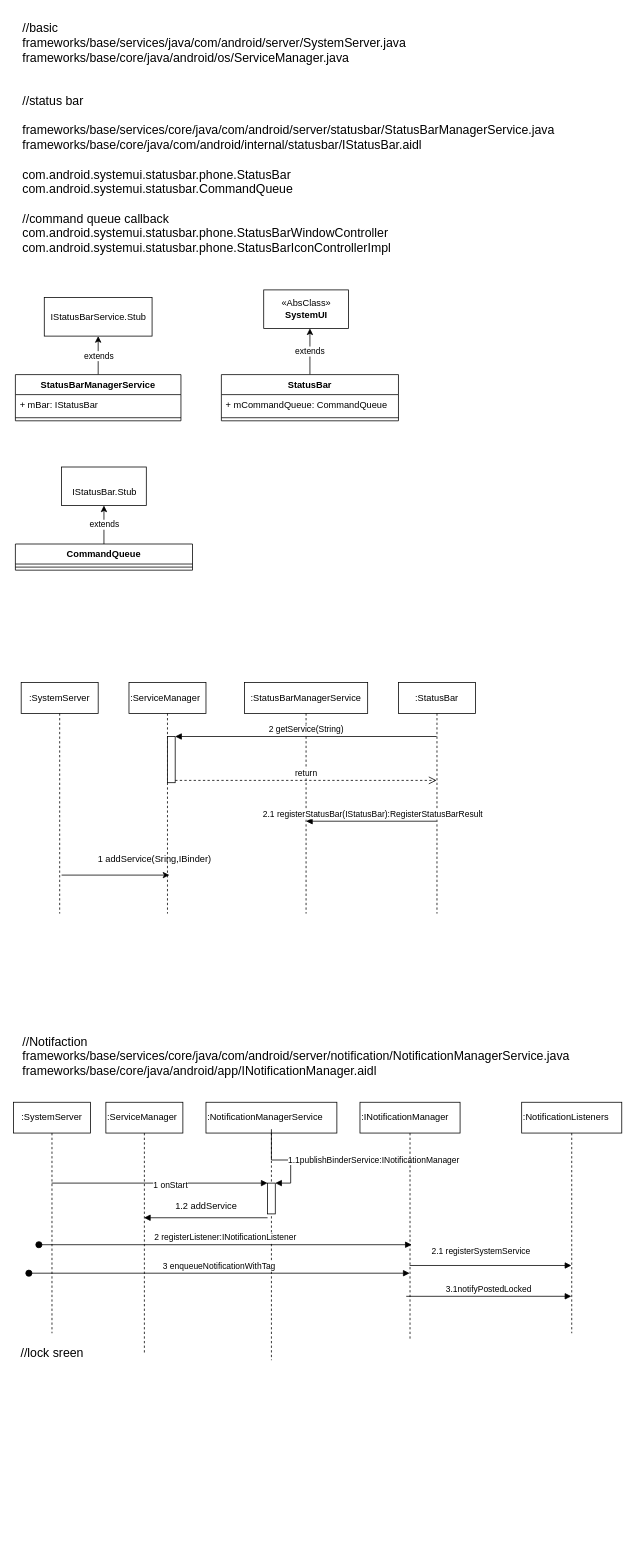
Before: page "SystemUI" (2 of 11) of AF review.drawio in LBACK1912/chart, a draw.io diagram. Source tidied: cells renumbered, new cells numbered last; positions are measured from the earlier drawing's top-left corner, leaving out a move shared by most shapes. Both pictures are drawn from the tidied source at 77%, with x=0, y=0 at pixel (13, 24).
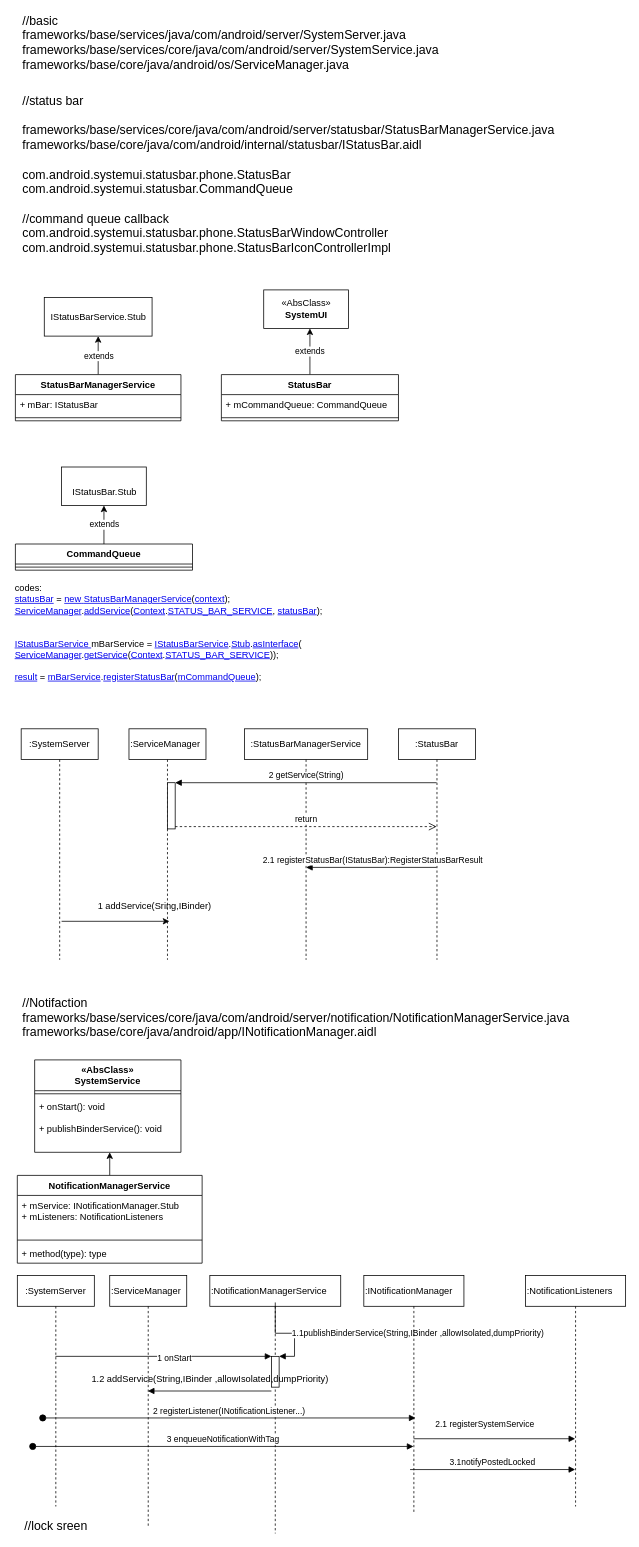
The same diagram, later.

The change refers to these unchanged cells:
```xml
<mxCell id="11" style="html=1;points=[];perimeter=orthogonalPerimeter;align=left;" parent="10" vertex="1">
  <mxGeometry x="80" y="105" width="10" height="40" as="geometry" />
</mxCell>
```

Change to the diagram source:
```diff
@@
     <mxCell id="3" value=":StatusBarManagerService" style="shape=umlLifeline;perimeter=lifelinePerimeter;whiteSpace=wrap;html=1;outlineConnect=0;" parent="1" vertex="1">
-      <mxGeometry x="300" y="855" width="160" height="300" as="geometry" />
+      <mxGeometry x="300" y="915" width="160" height="300" as="geometry" />
     </mxCell>
     <mxCell id="4" style="edgeStyle=orthogonalEdgeStyle;rounded=0;orthogonalLoop=1;jettySize=auto;html=1;" parent="1" edge="1">
       <mxGeometry relative="1" as="geometry">
-        <mxPoint x="62.5" y="1105" as="sourcePoint" />
-        <mxPoint x="202.5" y="1105" as="targetPoint" />
+        <mxPoint x="62.5" y="1165" as="sourcePoint" />
+        <mxPoint x="202.5" y="1165" as="targetPoint" />
       </mxGeometry>
     </mxCell>
     <mxCell id="5" value=":SystemServer" style="shape=umlLifeline;perimeter=lifelinePerimeter;whiteSpace=wrap;html=1;" parent="1" vertex="1">
-      <mxGeometry x="10" y="855" width="100" height="300" as="geometry" />
+      <mxGeometry x="10" y="915" width="100" height="300" as="geometry" />
     </mxCell>
     <mxCell id="6" value=":StatusBar" style="shape=umlLifeline;perimeter=lifelinePerimeter;whiteSpace=wrap;html=1;outlineConnect=0;" parent="1" vertex="1">
-      <mxGeometry x="500" y="855" width="100" height="300" as="geometry" />
+      <mxGeometry x="500" y="915" width="100" height="300" as="geometry" />
     </mxCell>
     <mxCell id="7" value="&amp;nbsp;2.1 registerStatusBar(IStatusBar):&lt;span class=&quot;cm-type&quot;&gt;RegisterStatusBarResult&lt;/span&gt;" style="html=1;verticalAlign=bottom;endArrow=block;" parent="1" edge="1" source="6" target="3">
       <mxGeometry relative="1" as="geometry">
         <Array as="points">
-          <mxPoint x="380" y="1035" />
+          <mxPoint x="380" y="1095" />
         </Array>
       </mxGeometry>
     </mxCell>
-    <mxCell id="8" value="&lt;div&gt;&lt;font style=&quot;font-size: 16px&quot;&gt;//basic&lt;br&gt;&lt;/font&gt;&lt;/div&gt;&lt;div&gt;&lt;font style=&quot;font-size: 16px&quot;&gt;frameworks/base/services/java/com/android/server/SystemServer.java&lt;br&gt;&lt;/font&gt;&lt;/div&gt;&lt;font style=&quot;font-size: 16px&quot;&gt;frameworks/base/core/java/android/os/ServiceManager.java&lt;/font&gt;&lt;div&gt;&lt;div&gt;&lt;font style=&quot;font-size: 16px&quot;&gt;&lt;br&gt;&lt;/font&gt;&lt;/div&gt;&lt;br&gt;&lt;font style=&quot;font-size: 16px&quot;&gt;&lt;/font&gt;&lt;/div&gt;&lt;div&gt;&lt;br&gt;&lt;/div&gt;&lt;div&gt;&lt;br&gt;&lt;/div&gt;" style="text;html=1;align=left;verticalAlign=middle;" parent="1" vertex="1">
-      <mxGeometry x="10" width="510" height="110" as="geometry" />
+    <mxCell id="8" value="&lt;div&gt;&lt;font style=&quot;font-size: 16px&quot;&gt;//basic&lt;br&gt;&lt;/font&gt;&lt;/div&gt;&lt;div&gt;&lt;font style=&quot;font-size: 16px&quot;&gt;frameworks/base/services/java/com/android/server/SystemServer.java&lt;br&gt;&lt;/font&gt;&lt;/div&gt;&lt;div&gt;&lt;font style=&quot;font-size: 16px&quot;&gt;frameworks/base/services/core/java/com/android/server/SystemService.java&lt;/font&gt;&lt;/div&gt;&lt;div&gt;&lt;font style=&quot;font-size: 16px&quot;&gt;&lt;font style=&quot;font-size: 16px&quot;&gt;frameworks/base/core/java/android/os/ServiceManager.java&lt;/font&gt;&lt;/font&gt;&lt;/div&gt;&lt;div&gt;&lt;div&gt;&lt;font style=&quot;font-size: 16px&quot;&gt;&lt;br&gt;&lt;/font&gt;&lt;/div&gt;&lt;br&gt;&lt;font style=&quot;font-size: 16px&quot;&gt;&lt;/font&gt;&lt;/div&gt;&lt;div&gt;&lt;br&gt;&lt;/div&gt;&lt;div&gt;&lt;br&gt;&lt;/div&gt;" style="text;html=1;align=left;verticalAlign=middle;" parent="1" vertex="1">
+      <mxGeometry x="10" y="-10" width="560" height="130" as="geometry" />
     </mxCell>
     <mxCell id="9" value="&lt;div style=&quot;font-size: 16px&quot; align=&quot;left&quot;&gt;&lt;font style=&quot;font-size: 16px&quot;&gt;//Notifaction&lt;/font&gt;&lt;/div&gt;&lt;div style=&quot;font-size: 16px&quot; align=&quot;left&quot;&gt;&lt;font style=&quot;font-size: 16px&quot;&gt;frameworks/base/services/core/java/com/android/server/notification/NotificationManagerService.java&lt;/font&gt;&lt;/div&gt;&lt;div style=&quot;font-size: 16px&quot; align=&quot;left&quot;&gt;&lt;font style=&quot;font-size: 16px&quot;&gt;frameworks/base/core/java/android/app/INotificationManager.aidl&lt;br&gt;&lt;/font&gt;&lt;/div&gt;" style="text;html=1;align=left;verticalAlign=middle;" parent="1" vertex="1">
-      <mxGeometry x="10" y="1315" width="780" height="50" as="geometry" />
+      <mxGeometry x="10" y="1265" width="780" height="50" as="geometry" />
     </mxCell>
     <mxCell id="10" value=":NotificationManagerService" style="shape=umlLifeline;perimeter=lifelinePerimeter;whiteSpace=wrap;html=1;align=left;" parent="1" vertex="1">
-      <mxGeometry x="250" y="1400" width="170" height="335" as="geometry" />
+      <mxGeometry x="255" y="1625" width="170" height="335" as="geometry" />
     </mxCell>
@@
-    <mxCell id="12" value="1.1publishBinderService:INotificationManager" style="edgeStyle=orthogonalEdgeStyle;html=1;align=left;spacingLeft=2;endArrow=block;rounded=0;entryX=1;entryY=0;" parent="10" edge="1" target="11">
+    <mxCell id="12" value="1.1publishBinderService(String,&lt;span class=&quot;cm-type&quot;&gt;IBinder&lt;/span&gt; &lt;span class=&quot;cm-def&quot;&gt;,&lt;/span&gt;&lt;span class=&quot;cm-def&quot;&gt;allowIsolated,&lt;/span&gt;&lt;span class=&quot;cm-def&quot;&gt;dumpPriority&lt;/span&gt;)" style="edgeStyle=orthogonalEdgeStyle;html=1;align=left;spacingLeft=2;endArrow=block;rounded=0;entryX=1;entryY=0;" parent="10" edge="1" target="11">
       <mxGeometry relative="1" as="geometry">
         <mxPoint x="85" y="35" as="sourcePoint" />
         <Array as="points">
           <mxPoint x="85" y="75" />
           <mxPoint x="110" y="75" />
           <mxPoint x="110" y="105" />
         </Array>
       </mxGeometry>
     </mxCell>
     <mxCell id="13" value=":INotificationManager" style="shape=umlLifeline;perimeter=lifelinePerimeter;whiteSpace=wrap;html=1;outlineConnect=0;align=left;" parent="1" vertex="1">
-      <mxGeometry x="450" y="1400" width="130" height="310" as="geometry" />
+      <mxGeometry x="455" y="1625" width="130" height="310" as="geometry" />
     </mxCell>
     <mxCell id="14" value=":NotificationListeners" style="shape=umlLifeline;perimeter=lifelinePerimeter;whiteSpace=wrap;html=1;align=left;" parent="1" vertex="1">
-      <mxGeometry x="660" y="1400" width="130" height="300" as="geometry" />
+      <mxGeometry x="665" y="1625" width="130" height="300" as="geometry" />
     </mxCell>
     <mxCell id="15" value="2.1 registerSystemService" style="html=1;verticalAlign=bottom;endArrow=block;" parent="1" edge="1">
       <mxGeometry x="-0.12" y="10" relative="1" as="geometry">
-        <mxPoint x="514.5" y="1612" as="sourcePoint" />
-        <mxPoint x="724.5" y="1612" as="targetPoint" />
+        <mxPoint x="519.5" y="1837" as="sourcePoint" />
+        <mxPoint x="729.5" y="1837" as="targetPoint" />
       </mxGeometry>
     </mxCell>
     <mxCell id="16" value="3 enqueueNotificationWithTag" style="html=1;verticalAlign=bottom;startArrow=oval;startFill=1;endArrow=block;startSize=8;" parent="1" edge="1">
       <mxGeometry relative="1" as="geometry">
-        <mxPoint x="20" y="1622" as="sourcePoint" />
-        <mxPoint x="514.5" y="1622" as="targetPoint" />
+        <mxPoint x="25" y="1847" as="sourcePoint" />
+        <mxPoint x="519.5" y="1847" as="targetPoint" />
       </mxGeometry>
     </mxCell>
     <mxCell id="17" value="3.1notifyPostedLocked" style="html=1;verticalAlign=bottom;endArrow=block;exitX=0.462;exitY=0.813;exitDx=0;exitDy=0;exitPerimeter=0;" parent="1" edge="1" source="13">
       <mxGeometry relative="1" as="geometry">
-        <mxPoint x="724.5" y="1652" as="targetPoint" />
+        <mxPoint x="729.5" y="1877" as="targetPoint" />
       </mxGeometry>
     </mxCell>
     <mxCell id="18" value=":SystemServer" style="shape=umlLifeline;perimeter=lifelinePerimeter;whiteSpace=wrap;html=1;" parent="1" vertex="1">
-      <mxGeometry y="1400" width="100" height="300" as="geometry" />
+      <mxGeometry x="5" y="1625" width="100" height="300" as="geometry" />
     </mxCell>
     <mxCell id="19" value=":ServiceManager" style="shape=umlLifeline;perimeter=lifelinePerimeter;whiteSpace=wrap;html=1;align=left;" parent="1" vertex="1">
-      <mxGeometry x="120" y="1400" width="100" height="325" as="geometry" />
+      <mxGeometry x="125" y="1625" width="100" height="325" as="geometry" />
     </mxCell>
     <mxCell id="20" value=":ServiceManager" style="shape=umlLifeline;perimeter=lifelinePerimeter;whiteSpace=wrap;html=1;align=left;" parent="1" vertex="1">
-      <mxGeometry x="150" y="855" width="100" height="300" as="geometry" />
+      <mxGeometry x="150" y="915" width="100" height="300" as="geometry" />
     </mxCell>
@@
     <mxCell id="22" style="endArrow=block;endFill=1;endSize=6;html=1;" parent="1" edge="1">
       <mxGeometry relative="1" as="geometry">
-        <mxPoint x="49.5" y="1505" as="sourcePoint" />
-        <mxPoint x="330" y="1505" as="targetPoint" />
+        <mxPoint x="54.5" y="1730" as="sourcePoint" />
+        <mxPoint x="335" y="1730" as="targetPoint" />
       </mxGeometry>
     </mxCell>
@@
     <mxCell id="24" style="endArrow=block;endFill=1;endSize=6;html=1;" parent="1" edge="1">
       <mxGeometry relative="1" as="geometry">
-        <mxPoint x="330" y="1550" as="sourcePoint" />
-        <mxPoint x="169.5" y="1550" as="targetPoint" />
+        <mxPoint x="335" y="1775" as="sourcePoint" />
+        <mxPoint x="174.5" y="1775" as="targetPoint" />
       </mxGeometry>
     </mxCell>
-    <mxCell id="25" value="1.2 addService" style="text;html=1;align=center;verticalAlign=middle;" parent="1" vertex="1">
-      <mxGeometry x="200" y="1525" width="100" height="20" as="geometry" />
+    <mxCell id="25" value="1.2 addService(String,&lt;span class=&quot;cm-type&quot;&gt;IBinder&lt;/span&gt; &lt;span class=&quot;cm-def&quot;&gt;,&lt;/span&gt;&lt;span class=&quot;cm-def&quot;&gt;allowIsolated,&lt;/span&gt;&lt;span class=&quot;cm-def&quot;&gt;dumpPriority&lt;/span&gt;)" style="text;html=1;align=center;verticalAlign=middle;" parent="1" vertex="1">
+      <mxGeometry x="95" y="1750" width="320" height="20" as="geometry" />
     </mxCell>
     <mxCell id="26" value="1 addService(Sring,IBinder)" style="text;html=1;align=center;verticalAlign=middle;" parent="1" vertex="1">
-      <mxGeometry x="103" y="1075" width="160" height="20" as="geometry" />
+      <mxGeometry x="103" y="1135" width="160" height="20" as="geometry" />
     </mxCell>
-    <mxCell id="27" value="2 registerListener:INotificationListener" style="html=1;verticalAlign=bottom;startArrow=oval;startFill=1;endArrow=block;startSize=8;" parent="1" edge="1">
+    <mxCell id="27" value="2 registerListener(INotificationListener...)" style="html=1;verticalAlign=bottom;startArrow=oval;startFill=1;endArrow=block;startSize=8;" parent="1" edge="1">
       <mxGeometry relative="1" as="geometry">
-        <mxPoint x="33" y="1585" as="sourcePoint" />
-        <mxPoint x="517.2" y="1585" as="targetPoint" />
+        <mxPoint x="38" y="1810" as="sourcePoint" />
+        <mxPoint x="522.2" y="1810" as="targetPoint" />
         <Array as="points">
-          <mxPoint x="32.8" y="1585" />
+          <mxPoint x="37.8" y="1810" />
         </Array>
       </mxGeometry>
     </mxCell>
     <mxCell id="28" value="&lt;font style=&quot;font-size: 16px&quot;&gt;//lock sreen&lt;/font&gt;" style="text;html=1;align=center;verticalAlign=middle;" parent="1" vertex="1">
-      <mxGeometry y="1715" width="100" height="20" as="geometry" />
+      <mxGeometry x="5" y="1940" width="100" height="20" as="geometry" />
     </mxCell>
@@
+    <mxCell id="45" value="&lt;div&gt;codes:&lt;/div&gt;&lt;div&gt;&lt;div&gt;                    &lt;span class=&quot;cm-variable-2&quot;&gt;&lt;a class=&quot;semantic-decoration&quot; href=&quot;https://cs.android.com/android/platform/superproject/+/master:frameworks/base/services/java/com/android/server/SystemServer.java;drc=master;l=1345?q=systemserver&amp;amp;ss=android%2Fplatform%2Fsuperproject:frameworks%2F&quot;&gt;statusBar&lt;/a&gt;&lt;/span&gt; = &lt;a class=&quot;semantic-decoration&quot; href=&quot;https://cs.android.com/android/platform/superproject/+/master:out/soong/.intermediates/frameworks/base/services/core/services.core.unboosted/android_common/xref/srcjars.xref/frameworks/base/services/core/java/com/android/server/statusbar/StatusBarManagerService.java;drc=master;l=183&quot;&gt;&lt;span class=&quot;cm-keyword&quot;&gt;new&lt;/span&gt; &lt;span class=&quot;cm-type&quot;&gt;StatusBarManagerService&lt;/span&gt;&lt;/a&gt;(&lt;span class=&quot;cm-variable-2&quot;&gt;&lt;a class=&quot;semantic-decoration&quot; href=&quot;https://cs.android.com/android/platform/superproject/+/master:frameworks/base/services/java/com/android/server/SystemServer.java;drc=master;l=1099?q=systemserver&amp;amp;ss=android%2Fplatform%2Fsuperproject:frameworks%2F&quot;&gt;context&lt;/a&gt;&lt;/span&gt;);&lt;br&gt;&lt;/div&gt;&lt;div&gt;                    &lt;a class=&quot;semantic-decoration&quot; href=&quot;https://cs.android.com/android/platform/superproject/+/master:frameworks/base/core/java/android/os/ServiceManager.java;drc=master;l=31&quot;&gt;ServiceManager&lt;/a&gt;.&lt;a class=&quot;semantic-decoration&quot; href=&quot;https://cs.android.com/android/platform/superproject/+/master:frameworks/base/services/java/com/android/server/SystemServer.java;bpv=1;bpt=1;l=1476?q=systemserver&amp;amp;ss=android%2Fplatform%2Fsuperproject:frameworks%2F&amp;amp;gsn=addService&amp;amp;gs=kythe%3A%2F%2Fandroid.googlesource.com%2Fplatform%2Fsuperproject%3Flang%3Djava%3Fpath%3Dandroid.os.ServiceManager%23b58b9f4258ff54a76e85cabbd7c610ab06c2b7c4b61445b715ecddbe217f5161&quot;&gt;addService&lt;/a&gt;(&lt;a class=&quot;semantic-decoration&quot; href=&quot;https://cs.android.com/android/platform/superproject/+/master:frameworks/base/core/java/android/content/Context.java;drc=master;l=100&quot;&gt;Context&lt;/a&gt;.&lt;a class=&quot;semantic-decoration&quot; href=&quot;https://cs.android.com/android/platform/superproject/+/master:frameworks/base/core/java/android/content/Context.java;drc=master;l=4007&quot;&gt;STATUS_BAR_SERVICE&lt;/a&gt;, &lt;span class=&quot;cm-variable-2&quot;&gt;&lt;a class=&quot;semantic-decoration&quot; href=&quot;https://cs.android.com/android/platform/superproject/+/master:frameworks/base/services/java/com/android/server/SystemServer.java;drc=master;l=1345?q=systemserver&amp;amp;ss=android%2Fplatform%2Fsuperproject:frameworks%2F&quot;&gt;statusBar&lt;/a&gt;&lt;/span&gt;);&lt;br&gt;&lt;/div&gt;&lt;/div&gt;&lt;div&gt;&lt;br&gt;&lt;/div&gt;&lt;div&gt;&lt;br&gt;&lt;/div&gt;&lt;div&gt;&lt;div&gt;        &lt;a class=&quot;semantic-decoration highlight&quot; href=&quot;https://cs.android.com/android/platform/superproject/+/master:frameworks/base/packages/SystemUI/src/com/android/systemui/statusbar/phone/StatusBar.java;drc=master;l=4055?q=statusbar&amp;amp;ss=android%2Fplatform%2Fsuperproject:frameworks%2F&quot;&gt;&lt;span class=&quot;cm-type&quot;&gt;&lt;a class=&quot;semantic-decoration&quot; href=&quot;https://cs.android.com/android/platform/superproject/+/master:out/soong/.intermediates/frameworks/base/framework-minus-apex/android_common/xref31/srcjars.xref/com/android/internal/statusbar/IStatusBarService.java;drc=master;l=6&quot;&gt;I&lt;span class=&quot;search-match-layer search-match match-488&quot;&gt;StatusBar&lt;/span&gt;Service &lt;/a&gt;&lt;/span&gt;mBarService&lt;/a&gt; = &lt;a class=&quot;semantic-decoration&quot; href=&quot;https://cs.android.com/android/platform/superproject/+/master:out/soong/.intermediates/frameworks/base/framework-minus-apex/android_common/xref31/srcjars.xref/com/android/internal/statusbar/IStatusBarService.java;drc=master;l=6&quot;&gt;I&lt;span class=&quot;search-match-layer search-match match-159&quot;&gt;StatusBar&lt;/span&gt;Service&lt;/a&gt;.&lt;a class=&quot;semantic-decoration&quot; href=&quot;https://cs.android.com/android/platform/superproject/+/master:out/soong/.intermediates/frameworks/base/framework-minus-apex/android_common/xref31/srcjars.xref/com/android/internal/statusbar/IStatusBarService.java;drc=master;l=215&quot;&gt;Stub&lt;/a&gt;.&lt;a class=&quot;semantic-decoration&quot; href=&quot;https://cs.android.com/android/platform/superproject/+/master:out/soong/.intermediates/frameworks/base/framework-minus-apex/android_common/xref31/srcjars.xref/com/android/internal/statusbar/IStatusBarService.java;drc=master;l=226&quot;&gt;asInterface&lt;/a&gt;(&lt;br&gt;&lt;/div&gt;&lt;div&gt;                &lt;a class=&quot;semantic-decoration&quot; href=&quot;https://cs.android.com/android/platform/superproject/+/master:frameworks/base/core/java/android/os/ServiceManager.java;drc=master;l=31&quot;&gt;ServiceManager&lt;/a&gt;.&lt;a class=&quot;semantic-decoration&quot; href=&quot;https://cs.android.com/android/platform/superproject/+/master:frameworks/base/packages/SystemUI/src/com/android/systemui/statusbar/phone/StatusBar.java;bpv=1;bpt=1;l=856?q=statusbar&amp;amp;ss=android%2Fplatform%2Fsuperproject:frameworks%2F&amp;amp;gsn=getService&amp;amp;gs=kythe%3A%2F%2Fandroid.googlesource.com%2Fplatform%2Fsuperproject%3Flang%3Djava%3Fpath%3Dandroid.os.ServiceManager%23f568c48050ff0dd0a3fc8f1694cf57c8768e65fcea18635ac99e54cb07e2db6b&quot;&gt;getService&lt;/a&gt;(&lt;a class=&quot;semantic-decoration&quot; href=&quot;https://cs.android.com/android/platform/superproject/+/master:frameworks/base/core/java/android/content/Context.java;drc=master;l=100&quot;&gt;Context&lt;/a&gt;.&lt;a class=&quot;semantic-decoration&quot; href=&quot;https://cs.android.com/android/platform/superproject/+/master:frameworks/base/core/java/android/content/Context.java;drc=master;l=4007&quot;&gt;STATUS_BAR_SERVICE&lt;/a&gt;));&lt;/div&gt;&lt;div&gt;&lt;br&gt;&lt;/div&gt;&lt;div&gt;         &lt;span class=&quot;cm-variable-2&quot;&gt;&lt;a class=&quot;semantic-decoration&quot; href=&quot;https://cs.android.com/android/platform/superproject/+/master:frameworks/base/packages/SystemUI/src/com/android/systemui/statusbar/phone/StatusBar.java;drc=master;l=865?q=statusbar&amp;amp;ss=android%2Fplatform%2Fsuperproject:frameworks%2F&quot;&gt;result&lt;/a&gt;&lt;/span&gt; = &lt;a class=&quot;semantic-decoration&quot; href=&quot;https://cs.android.com/android/platform/superproject/+/master:frameworks/base/packages/SystemUI/src/com/android/systemui/statusbar/phone/StatusBar.java;drc=master;l=4055?q=statusbar&amp;amp;ss=android%2Fplatform%2Fsuperproject:frameworks%2F&quot;&gt;mBarService&lt;/a&gt;.&lt;a class=&quot;semantic-decoration&quot; href=&quot;https://cs.android.com/android/platform/superproject/+/master:out/soong/.intermediates/frameworks/base/framework-minus-apex/android_common/xref31/srcjars.xref/com/android/internal/statusbar/IStatusBarService.java;drc=master;l=2548&quot;&gt;register&lt;span class=&quot;search-match-layer search-match match-161&quot;&gt;StatusBar&lt;/span&gt;&lt;/a&gt;(&lt;a class=&quot;semantic-decoration&quot; href=&quot;https://cs.android.com/android/platform/superproject/+/master:frameworks/base/packages/SystemUI/src/com/android/systemui/statusbar/phone/StatusBar.java;drc=master;l=4054?q=statusbar&amp;amp;ss=android%2Fplatform%2Fsuperproject:frameworks%2F&quot;&gt;mCommandQueue&lt;/a&gt;);&lt;/div&gt;&lt;/div&gt;" style="text;html=1;align=left;verticalAlign=middle;" parent="1" vertex="1">
+      <mxGeometry y="725" width="410" height="130" as="geometry" />
+    </mxCell>
+    <mxCell id="46" value="«AbsClass»&#10;SystemService" style="swimlane;fontStyle=1;align=center;verticalAlign=top;horizontal=1;startSize=40;" parent="1" vertex="1">
+      <mxGeometry x="27.5" y="1345" width="190" height="120" as="geometry" />
+    </mxCell>
+    <mxCell id="47" style="line;strokeWidth=1;fillColor=none;align=left;verticalAlign=middle;spacingTop=-1;spacingLeft=3;spacingRight=3;labelPosition=right;" parent="46" vertex="1">
+      <mxGeometry y="40" width="190" height="8" as="geometry" />
+    </mxCell>
+    <mxCell id="48" value="+ onStart(): void&#10;&#10;+ publishBinderService(): void" style="text;strokeColor=none;fillColor=none;align=left;verticalAlign=top;spacingLeft=4;spacingRight=4;overflow=hidden;" parent="46" vertex="1">
+      <mxGeometry y="48" width="190" height="72" as="geometry" />
+    </mxCell>
+    <mxCell id="49" style="edgeStyle=orthogonalEdgeStyle;rounded=0;jettySize=auto;html=1;" parent="1" edge="1" source="50">
+      <mxGeometry relative="1" as="geometry">
+        <mxPoint x="125" y="1465" as="targetPoint" />
+      </mxGeometry>
+    </mxCell>
+    <mxCell id="50" value="NotificationManagerService" style="swimlane;fontStyle=1;align=center;verticalAlign=top;horizontal=1;startSize=26;" parent="1" vertex="1">
+      <mxGeometry x="5" y="1495" width="240" height="114" as="geometry" />
+    </mxCell>
+    <mxCell id="51" value="+ mService: INotificationManager.Stub&#10;+ mListeners: NotificationListeners&#10;" style="text;strokeColor=none;fillColor=none;align=left;verticalAlign=top;spacingLeft=4;spacingRight=4;overflow=hidden;" parent="50" vertex="1">
+      <mxGeometry y="26" width="240" height="54" as="geometry" />
+    </mxCell>
+    <mxCell id="52" style="line;strokeWidth=1;fillColor=none;align=left;verticalAlign=middle;spacingTop=-1;spacingLeft=3;spacingRight=3;labelPosition=right;" parent="50" vertex="1">
+      <mxGeometry y="80" width="240" height="8" as="geometry" />
+    </mxCell>
+    <mxCell id="53" value="+ method(type): type" style="text;strokeColor=none;fillColor=none;align=left;verticalAlign=top;spacingLeft=4;spacingRight=4;overflow=hidden;" parent="50" vertex="1">
+      <mxGeometry y="88" width="240" height="26" as="geometry" />
+    </mxCell>
```
